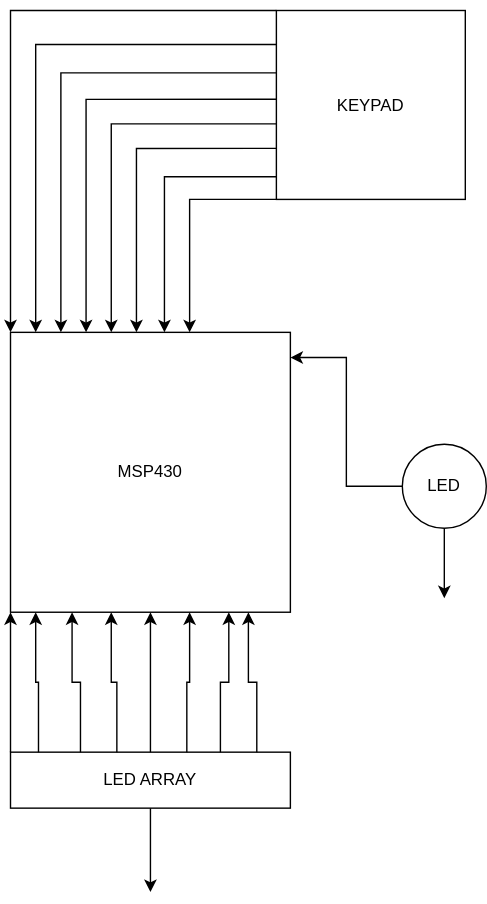
This is docs/flowcharts/CircuitDiagram.drawio.svg from msu-eele-465/project3-jack-matt, a draw.io export, as it was before one commit. Source tidied: cells renumbered, new cells last; positions are measured from the earlier drawing's top-left corner, leaving out a move shared by most shapes.
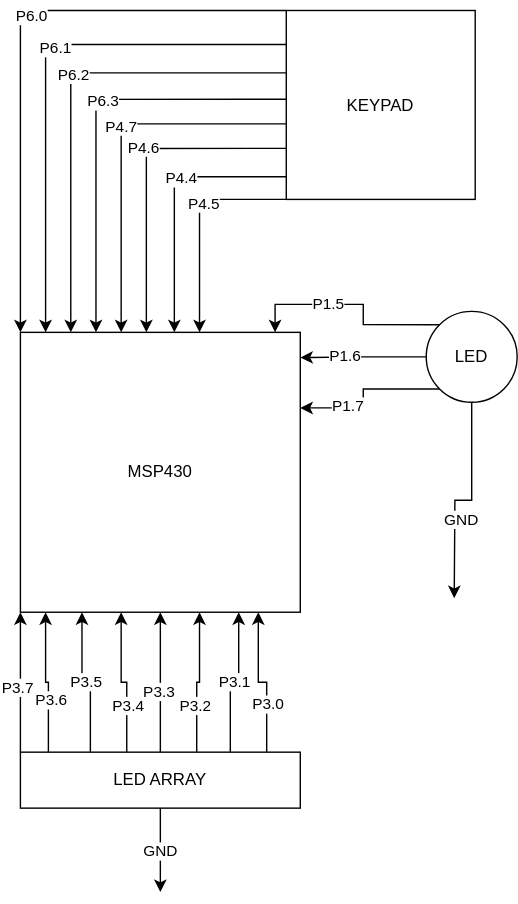
The same diagram one commit later.

Change to the diagram source:
```diff
@@ -10,6 +10,11 @@
         <mxPoint x="100" y="630" as="targetPoint" />
       </mxGeometry>
     </mxCell>
+    <mxCell id="25" value="GND" style="edgeLabel;html=1;align=center;verticalAlign=middle;" parent="3" vertex="1">
+      <mxGeometry x="-0.01" y="-1" relative="1" as="geometry">
+        <mxPoint x="-1" y="-1" as="offset" />
+      </mxGeometry>
+    </mxCell>
     <mxCell id="4" value="LED ARRAY" style="rounded=0;whiteSpace=wrap;html=1;points=[[0,0,0,0,0],[0,0.25,0,0,0],[0,0.5,0,0,0],[0,0.75,0,0,0],[0,1,0,0,0],[0.1,0,0,0,0],[0.25,0,0,0,0],[0.25,1,0,0,0],[0.38,0,0,0,0],[0.5,0,0,0,0],[0.5,1,0,0,0],[0.63,0,0,0,0],[0.75,0,0,0,0],[0.75,1,0,0,0],[0.88,0,0,0,0],[1,0,0,0,0],[1,0.25,0,0,0],[1,0.5,0,0,0],[1,0.75,0,0,0],[1,1,0,0,0]];" parent="1" vertex="1">
       <mxGeometry y="530" width="200" height="40" as="geometry" />
     </mxCell>
@@ -20,6 +25,9 @@
         </Array>
       </mxGeometry>
     </mxCell>
+    <mxCell id="26" value="P4.4" style="edgeLabel;html=1;align=center;verticalAlign=middle;" parent="5" vertex="1">
+      <mxGeometry x="-0.2" y="1" relative="1" as="geometry" />
+    </mxCell>
     <mxCell id="6" value="KEYPAD" style="whiteSpace=wrap;html=1;points=[[0,0,0,0,0],[0,0.18,0,0,0],[0,0.33,0,0,0],[0,0.47,0,0,0],[0,0.6,0,0,0],[0,0.73,0,0,0],[0,0.88,0,0,0],[0,1,0,0,0],[0.25,0,0,0,0],[0.25,1,0,0,0],[0.5,0,0,0,0],[0.5,1,0,0,0],[0.75,0,0,0,0],[0.75,1,0,0,0],[1,0,0,0,0],[1,0.25,0,0,0],[1,0.5,0,0,0],[1,0.75,0,0,0],[1,1,0,0,0]];" parent="1" vertex="1">
       <mxGeometry x="190" width="135" height="135" as="geometry" />
     </mxCell>
@@ -30,21 +38,41 @@
         </Array>
       </mxGeometry>
     </mxCell>
+    <mxCell id="27" value="P6.0" style="edgeLabel;html=1;align=center;verticalAlign=middle;" parent="7" vertex="1">
+      <mxGeometry x="-0.13" y="3" relative="1" as="geometry" />
+    </mxCell>
     <mxCell id="8" style="edgeStyle=orthogonalEdgeStyle;rounded=0;jettySize=auto;html=1;exitX=0;exitY=0.18;exitDx=0;exitDy=0;exitPerimeter=0;entryX=0.09;entryY=0;entryDx=0;entryDy=0;entryPerimeter=0;" parent="1" edge="1" source="6" target="2">
       <mxGeometry relative="1" as="geometry" />
     </mxCell>
+    <mxCell id="28" value="P6.1" style="edgeLabel;html=1;align=center;verticalAlign=middle;" parent="8" vertex="1">
+      <mxGeometry x="-0.12" y="2" relative="1" as="geometry" />
+    </mxCell>
     <mxCell id="9" style="edgeStyle=orthogonalEdgeStyle;rounded=0;jettySize=auto;html=1;exitX=0;exitY=0.33;exitDx=0;exitDy=0;exitPerimeter=0;entryX=0.18;entryY=0;entryDx=0;entryDy=0;entryPerimeter=0;" parent="1" edge="1" source="6" target="2">
       <mxGeometry relative="1" as="geometry" />
     </mxCell>
+    <mxCell id="29" value="P6.2" style="edgeLabel;html=1;align=center;verticalAlign=middle;" parent="9" vertex="1">
+      <mxGeometry x="-0.08" y="1" relative="1" as="geometry" />
+    </mxCell>
     <mxCell id="10" style="edgeStyle=orthogonalEdgeStyle;rounded=0;jettySize=auto;html=1;exitX=0;exitY=0.47;exitDx=0;exitDy=0;exitPerimeter=0;entryX=0.27;entryY=0;entryDx=0;entryDy=0;entryPerimeter=0;" parent="1" edge="1" source="6" target="2">
       <mxGeometry relative="1" as="geometry" />
     </mxCell>
+    <mxCell id="30" value="P6.3" style="edgeLabel;html=1;align=center;verticalAlign=middle;" parent="10" vertex="1">
+      <mxGeometry x="-0.13" y="1" relative="1" as="geometry" />
+    </mxCell>
     <mxCell id="11" style="edgeStyle=orthogonalEdgeStyle;rounded=0;jettySize=auto;html=1;exitX=0;exitY=0.6;exitDx=0;exitDy=0;exitPerimeter=0;entryX=0.36;entryY=0;entryDx=0;entryDy=0;entryPerimeter=0;" parent="1" edge="1" source="6" target="2">
       <mxGeometry relative="1" as="geometry" />
     </mxCell>
+    <mxCell id="31" value="P4.7" style="edgeLabel;html=1;align=center;verticalAlign=middle;" parent="11" vertex="1">
+      <mxGeometry x="-0.11" y="-1" relative="1" as="geometry" />
+    </mxCell>
     <mxCell id="12" style="edgeStyle=orthogonalEdgeStyle;rounded=0;jettySize=auto;html=1;exitX=0;exitY=0.73;exitDx=0;exitDy=0;exitPerimeter=0;entryX=0.45;entryY=0;entryDx=0;entryDy=0;entryPerimeter=0;" parent="1" edge="1" source="6" target="2">
       <mxGeometry relative="1" as="geometry" />
     </mxCell>
+    <mxCell id="32" value="P4.6" style="edgeLabel;html=1;align=center;verticalAlign=middle;" parent="12" vertex="1">
+      <mxGeometry x="-0.14" y="-3" relative="1" as="geometry">
+        <mxPoint y="-1" as="offset" />
+      </mxGeometry>
+    </mxCell>
     <mxCell id="13" style="edgeStyle=orthogonalEdgeStyle;rounded=0;jettySize=auto;html=1;exitX=0;exitY=1;exitDx=0;exitDy=0;exitPerimeter=0;entryX=0.64;entryY=0;entryDx=0;entryDy=0;entryPerimeter=0;" parent="1" edge="1" source="6" target="2">
       <mxGeometry relative="1" as="geometry">
         <Array as="points">
@@ -52,40 +80,79 @@
         </Array>
       </mxGeometry>
     </mxCell>
+    <mxCell id="33" value="P4.5" style="edgeLabel;html=1;align=center;verticalAlign=middle;" parent="13" vertex="1">
+      <mxGeometry x="-0.18" y="2" relative="1" as="geometry" />
+    </mxCell>
     <mxCell id="14" style="edgeStyle=orthogonalEdgeStyle;rounded=0;jettySize=auto;html=1;exitX=0;exitY=0;exitDx=0;exitDy=0;exitPerimeter=0;entryX=0;entryY=1;entryDx=0;entryDy=0;entryPerimeter=0;" parent="1" edge="1" source="4" target="2">
       <mxGeometry relative="1" as="geometry" />
     </mxCell>
+    <mxCell id="34" value="P3.7" style="edgeLabel;html=1;align=center;verticalAlign=middle;" parent="14" vertex="1">
+      <mxGeometry x="-0.06" y="3" relative="1" as="geometry" />
+    </mxCell>
     <mxCell id="15" style="edgeStyle=orthogonalEdgeStyle;rounded=0;jettySize=auto;html=1;exitX=0.1;exitY=0;exitDx=0;exitDy=0;exitPerimeter=0;entryX=0.09;entryY=1;entryDx=0;entryDy=0;entryPerimeter=0;" parent="1" edge="1" source="4" target="2">
       <mxGeometry relative="1" as="geometry" />
     </mxCell>
+    <mxCell id="35" value="P3.6" style="edgeLabel;html=1;align=center;verticalAlign=middle;" parent="15" vertex="1">
+      <mxGeometry x="-0.25" y="-1" relative="1" as="geometry" />
+    </mxCell>
-    <mxCell id="16" style="edgeStyle=orthogonalEdgeStyle;rounded=0;jettySize=auto;html=1;exitX=0.25;exitY=0;exitDx=0;exitDy=0;exitPerimeter=0;entryX=0.22;entryY=1;entryDx=0;entryDy=0;entryPerimeter=0;" parent="1" edge="1" source="4" target="2">
+    <mxCell id="16" value="P3.5" style="edgeStyle=orthogonalEdgeStyle;rounded=0;jettySize=auto;html=1;exitX=0.25;exitY=0;exitDx=0;exitDy=0;exitPerimeter=0;entryX=0.22;entryY=1;entryDx=0;entryDy=0;entryPerimeter=0;" parent="1" edge="1" source="4" target="2">
       <mxGeometry relative="1" as="geometry" />
     </mxCell>
     <mxCell id="17" style="edgeStyle=orthogonalEdgeStyle;rounded=0;jettySize=auto;html=1;exitX=0.38;exitY=0;exitDx=0;exitDy=0;exitPerimeter=0;entryX=0.36;entryY=1;entryDx=0;entryDy=0;entryPerimeter=0;" parent="1" edge="1" source="4" target="2">
       <mxGeometry relative="1" as="geometry" />
     </mxCell>
+    <mxCell id="36" value="P3.4" style="edgeLabel;html=1;align=center;verticalAlign=middle;" parent="17" vertex="1">
+      <mxGeometry x="-0.35" relative="1" as="geometry" />
+    </mxCell>
     <mxCell id="18" style="edgeStyle=orthogonalEdgeStyle;rounded=0;jettySize=auto;html=1;exitX=0.5;exitY=0;exitDx=0;exitDy=0;exitPerimeter=0;entryX=0.5;entryY=1;entryDx=0;entryDy=0;entryPerimeter=0;" parent="1" edge="1" source="4" target="2">
       <mxGeometry relative="1" as="geometry" />
     </mxCell>
+    <mxCell id="37" value="P3.3" style="edgeLabel;html=1;align=center;verticalAlign=middle;" parent="18" vertex="1">
+      <mxGeometry x="-0.12" y="2" relative="1" as="geometry" />
+    </mxCell>
     <mxCell id="19" style="edgeStyle=orthogonalEdgeStyle;rounded=0;jettySize=auto;html=1;exitX=0.63;exitY=0;exitDx=0;exitDy=0;exitPerimeter=0;entryX=0.64;entryY=1;entryDx=0;entryDy=0;entryPerimeter=0;" parent="1" edge="1" source="4" target="2">
       <mxGeometry relative="1" as="geometry" />
     </mxCell>
+    <mxCell id="38" value="P3.2" style="edgeLabel;html=1;align=center;verticalAlign=middle;" parent="19" vertex="1">
+      <mxGeometry x="-0.33" y="2" relative="1" as="geometry" />
+    </mxCell>
-    <mxCell id="20" style="edgeStyle=orthogonalEdgeStyle;rounded=0;jettySize=auto;html=1;exitX=0.75;exitY=0;exitDx=0;exitDy=0;exitPerimeter=0;entryX=0.78;entryY=1;entryDx=0;entryDy=0;entryPerimeter=0;" parent="1" edge="1" source="4" target="2">
+    <mxCell id="20" value="P3.1" style="edgeStyle=orthogonalEdgeStyle;rounded=0;jettySize=auto;html=1;exitX=0.75;exitY=0;exitDx=0;exitDy=0;exitPerimeter=0;entryX=0.78;entryY=1;entryDx=0;entryDy=0;entryPerimeter=0;" parent="1" edge="1" source="4" target="2">
       <mxGeometry relative="1" as="geometry" />
     </mxCell>
     <mxCell id="21" style="edgeStyle=orthogonalEdgeStyle;rounded=0;jettySize=auto;html=1;exitX=0.88;exitY=0;exitDx=0;exitDy=0;exitPerimeter=0;entryX=0.85;entryY=1;entryDx=0;entryDy=0;entryPerimeter=0;" parent="1" edge="1" source="4" target="2">
       <mxGeometry relative="1" as="geometry" />
     </mxCell>
+    <mxCell id="39" value="P3.0" style="edgeLabel;html=1;align=center;verticalAlign=middle;" parent="21" vertex="1">
+      <mxGeometry x="-0.34" relative="1" as="geometry" />
+    </mxCell>
     <mxCell id="22" style="edgeStyle=orthogonalEdgeStyle;rounded=0;jettySize=auto;html=1;exitX=0.5;exitY=1;exitDx=0;exitDy=0;" parent="1" edge="1" source="23">
       <mxGeometry relative="1" as="geometry">
         <mxPoint x="310" y="420" as="targetPoint" />
       </mxGeometry>
     </mxCell>
+    <mxCell id="40" value="GND" style="edgeLabel;html=1;align=center;verticalAlign=middle;" parent="22" vertex="1">
+      <mxGeometry x="0.25" y="4" relative="1" as="geometry" />
+    </mxCell>
     <mxCell id="23" value="LED" style="ellipse;whiteSpace=wrap;html=1;" parent="1" vertex="1">
-      <mxGeometry x="280" y="310" width="60" height="60" as="geometry" />
+      <mxGeometry x="290" y="215" width="65" height="65" as="geometry" />
     </mxCell>
     <mxCell id="24" style="edgeStyle=orthogonalEdgeStyle;rounded=0;jettySize=auto;html=1;entryX=1;entryY=0.09;entryDx=0;entryDy=0;entryPerimeter=0;" parent="1" edge="1" source="23" target="2">
       <mxGeometry relative="1" as="geometry" />
     </mxCell>
+    <mxCell id="41" value="P1.6" style="edgeLabel;html=1;align=center;verticalAlign=middle;" parent="24" vertex="1">
+      <mxGeometry x="0.31" y="-2" relative="1" as="geometry" />
+    </mxCell>
+    <mxCell id="42" style="edgeStyle=orthogonalEdgeStyle;rounded=0;jettySize=auto;html=1;exitX=0;exitY=0;exitDx=0;exitDy=0;entryX=0.91;entryY=0;entryDx=0;entryDy=0;entryPerimeter=0;" parent="1" edge="1" source="23" target="2">
+      <mxGeometry relative="1" as="geometry" />
+    </mxCell>
+    <mxCell id="43" value="P1.5" style="edgeLabel;html=1;align=center;verticalAlign=middle;" parent="42" vertex="1">
+      <mxGeometry x="0.25" y="-1" relative="1" as="geometry" />
+    </mxCell>
+    <mxCell id="44" style="edgeStyle=orthogonalEdgeStyle;rounded=0;jettySize=auto;html=1;exitX=0;exitY=1;exitDx=0;exitDy=0;entryX=1;entryY=0.27;entryDx=0;entryDy=0;entryPerimeter=0;" parent="1" edge="1" source="23" target="2">
+      <mxGeometry relative="1" as="geometry" />
+    </mxCell>
+    <mxCell id="45" value="P1.7" style="edgeLabel;html=1;align=center;verticalAlign=middle;" parent="44" vertex="1">
+      <mxGeometry x="0.42" y="-2" relative="1" as="geometry" />
+    </mxCell>
   </root>
 </mxGraphModel>
```
